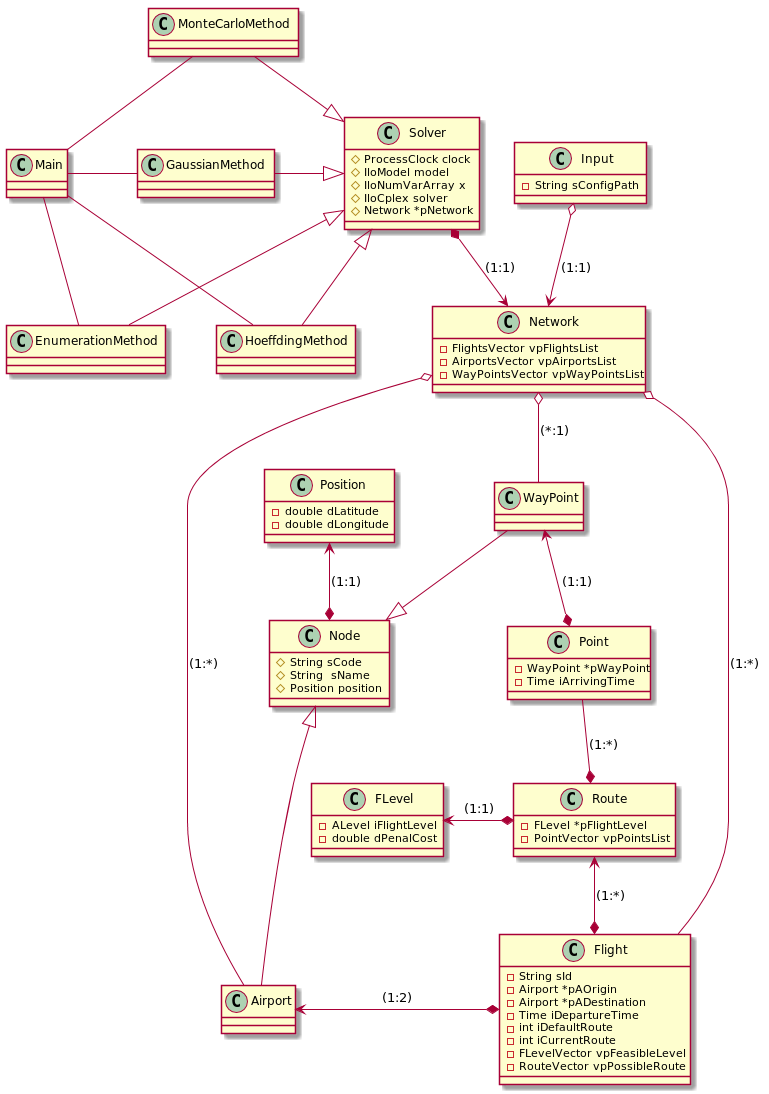
Earlier version of the PlantUML export uml/ClassDiagramSimple.png (martinWANG2014/RobustFLA).
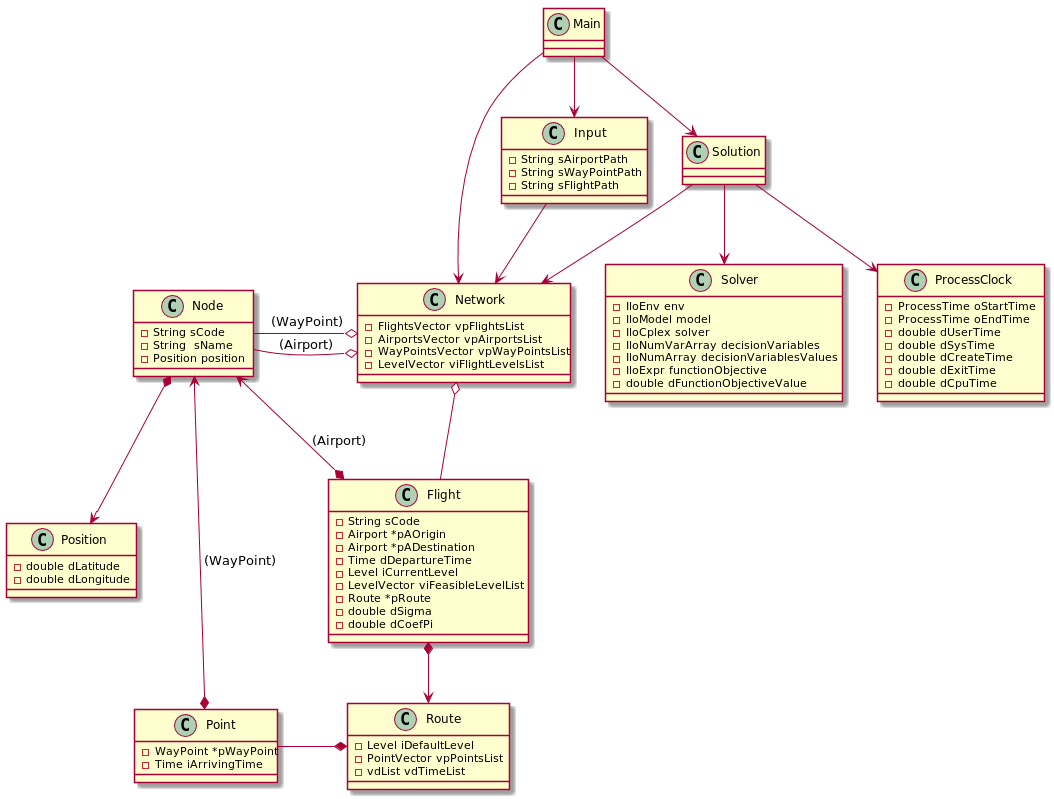
The same file after the commit.

What changed in the source:
```diff
@@ -1,81 +1,79 @@
 @startuml
 
 class Input{
-    -String sConfigPath
+    -String sAirportPath
+    -String sWayPointPath
+    -String sFlightPath
 }
 class Network{
     -FlightsVector vpFlightsList
     -AirportsVector vpAirportsList
     -WayPointsVector vpWayPointsList
+    -LevelVector viFlightLevelsList
 }
 class Position{
     -double dLatitude
     -double dLongitude
 }
 class Node{
-    #String sCode
-    #String  sName
-    #Position position
-}
-class FLevel{
-    -ALevel iFlightLevel
-    -double dPenalCost
+    -String sCode
+    -String  sName
+    -Position position
 }
 class Flight{
-    -String sId
+    -String sCode
     -Airport *pAOrigin
     -Airport *pADestination
-    -Time iDepartureTime
-    -int iDefaultRoute
-    -int iCurrentRoute
-    -FLevelVector vpFeasibleLevel
-    -RouteVector vpPossibleRoute
+    -Time dDepartureTime
+    -Level iCurrentLevel
+    -LevelVector viFeasibleLevelList
+    -Route *pRoute
+    -double dSigma
+    -double dCoefPi
 }
 class Point{
     -WayPoint *pWayPoint
     -Time iArrivingTime
-
 }
 class Route{
-    -FLevel *pFlightLevel
+    -Level iDefaultLevel
     -PointVector vpPointsList
+    -vdList vdTimeList
 }
 
 class Solver{
-    #ProcessClock clock
-    #IloModel model
-    #IloNumVarArray x
-    #IloCplex solver
-    #Network *pNetwork
-}
-class MonteCarloMethod{
-}
-class HoeffdingMethod{
-}
-class EnumerationMethod{
-}
-class GaussianMethod{
+    -IloEnv env
+    -IloModel model
+    -IloCplex solver
+    -IloNumVarArray decisionVariables
+    -IloNumArray decisionVariablesValues
+    -IloExpr functionObjective
+    -double dFunctionObjectiveValue
 }
 
-Airport -u-|> Node
-WayPoint --|> Node
-Route *-u- Point:(1:*)
-Route *-l-> FLevel:(1:1)
-Point *-u->WayPoint:(1:1)
-Flight *-u->Route:(1:*)
-Flight *-l->Airport:(1:2)
-Node *-u->Position:(1:1)
-Input o-->Network:(1:1)
-Network o--Flight:(1:*)
-Network o--Airport:(1:*)
-Network o--WayPoint:(*:1)
-Solver *-->Network:(1:1)
-MonteCarloMethod -u-|> Solver
-HoeffdingMethod -d-|> Solver
-EnumerationMethod --|> Solver
-GaussianMethod -r-|> Solver
-Main -u- MonteCarloMethod
-Main -d- HoeffdingMethod
-Main -- EnumerationMethod
-Main -r- GaussianMethod
+class ProcessClock{
+    -ProcessTime oStartTime
+    -ProcessTime oEndTime
+    -double dUserTime
+    -double dSysTime
+    -double dCreateTime
+    -double dExitTime
+    -double dCpuTime
+}
+
+Route *-l- Point
+Point *-->Node:(WayPoint)
+Flight *-->Route
+Flight *-->Node:(Airport)
+Node *-->Position
+Input -->Network
+Network o--Flight
+Network o-l-Node:(Airport)
+Network o--Node:(WayPoint)
+Main -->Solution
+Main -->Input
+Main -->Network
+Solution -->Network
+Solution -->Solver
+Solution -->ProcessClock
 @enduml
```
